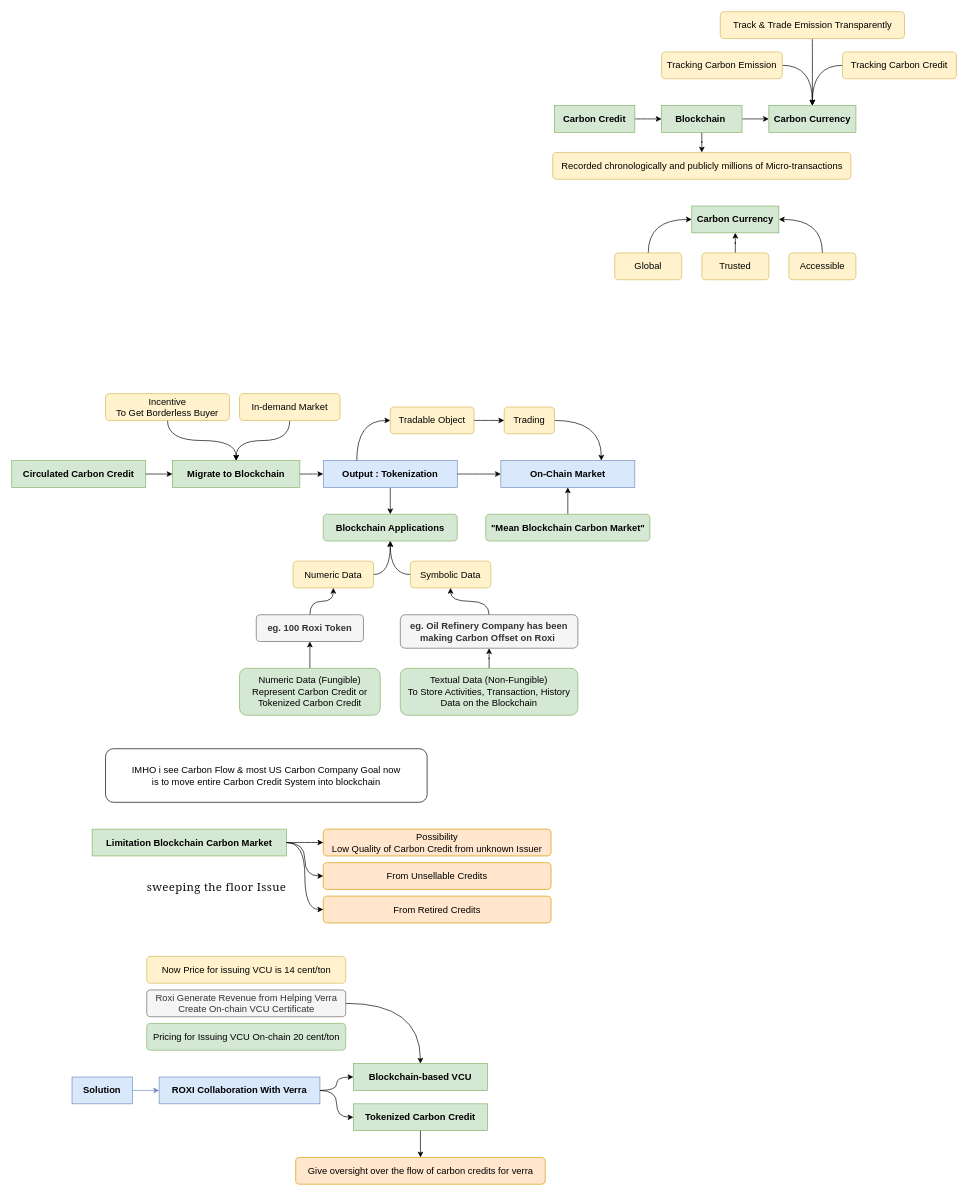
Cryptolibertarian-id/The-Carbon-Credit-Course keeps this draw.io diagram as page "1" (2 of 4) of draw.io/Carbon Industry Mapping.drawio. Above is the earlier version. Source tidied: cells renumbered, new cells numbered last; positions are measured from the earlier drawing's top-left corner, leaving out a move shared by most shapes. Both pictures are drawn from the tidied source at 67%, with x=0, y=0 at pixel (11, 11).
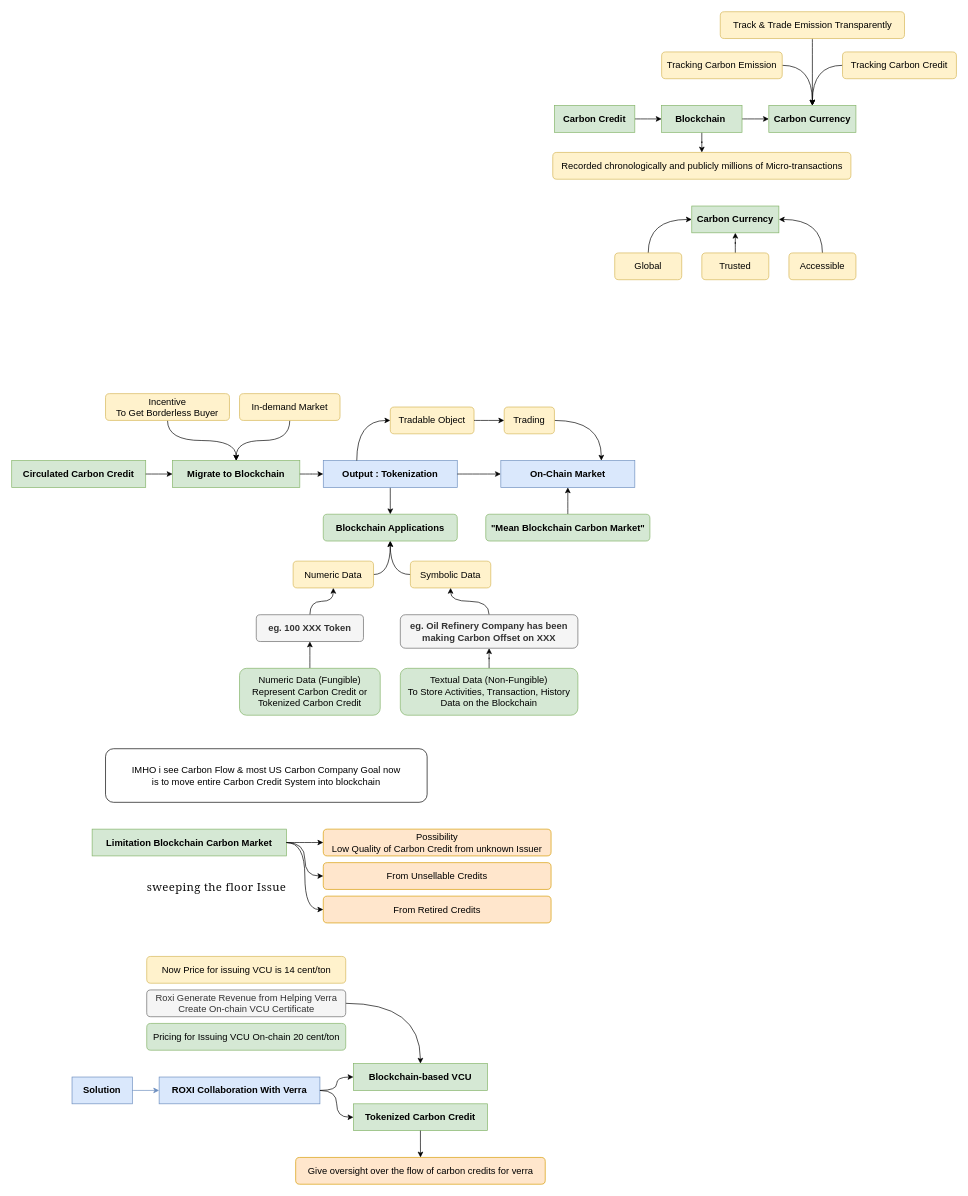
Above is the later version.

The change refers to these unchanged cells:
```xml
<mxCell id="2" style="group;" parent="1" vertex="1">
  <mxGeometry y="570" width="952.5" height="480" as="geometry" />
</mxCell>
```

Diff of the diagram source:
```diff
@@
-    <mxCell id="15" value="&lt;b&gt;eg. 100 Roxi Token&lt;/b&gt;" style="rounded=1;whiteSpace=wrap;html=1;fontSize=14;fillColor=#f5f5f5;fontColor=#333333;strokeColor=#666666;" parent="2" vertex="1">
+    <mxCell id="15" value="&lt;b&gt;eg. 100 XXX Token&lt;/b&gt;" style="rounded=1;whiteSpace=wrap;html=1;fontSize=14;fillColor=#f5f5f5;fontColor=#333333;strokeColor=#666666;" parent="2" vertex="1">
       <mxGeometry x="365" y="330" width="160" height="40" as="geometry" />
     </mxCell>
@@
-    <mxCell id="17" value="&lt;b&gt;eg. Oil Refinery Company has been making Carbon Offset on Roxi&amp;nbsp;&lt;/b&gt;" style="rounded=1;whiteSpace=wrap;html=1;fontSize=14;fillColor=#f5f5f5;fontColor=#333333;strokeColor=#666666;" parent="2" vertex="1">
+    <mxCell id="17" value="&lt;b&gt;eg. Oil Refinery Company has been making Carbon Offset on XXX&lt;/b&gt;" style="rounded=1;whiteSpace=wrap;html=1;fontSize=14;fillColor=#f5f5f5;fontColor=#333333;strokeColor=#666666;" parent="2" vertex="1">
       <mxGeometry x="580" y="330" width="265" height="50" as="geometry" />
     </mxCell>
```
